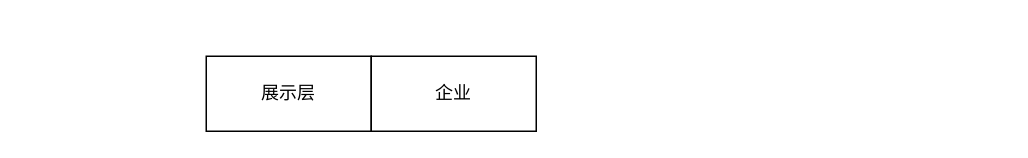
yanglei1992/documents keeps this draw.io diagram as yzs/智慧金融.drawio. Above is the earlier version. Source tidied: cells renumbered, new cells numbered last; positions are measured from the earlier drawing's top-left corner, leaving out a move shared by most shapes. Both pictures are drawn from the tidied source at 150%, with x=0, y=0 at pixel (206, 56).
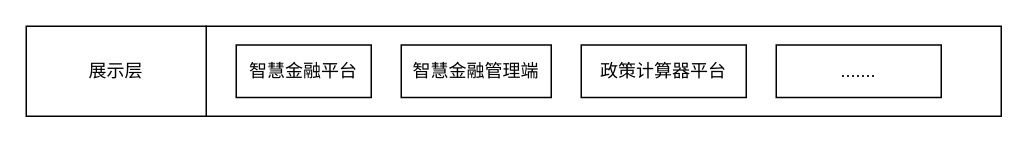
The same page after the edit.

Commit message (it also covers changes not shown here):
更新智慧金融.drawio

Change to the diagram source:
```diff
@@
 <mxGraphModel>
   <root>
     <mxCell id="0" />
     <mxCell id="1" parent="0" />
-    <mxCell id="2" value="展示层" style="rounded=0;whiteSpace=wrap;html=1;" parent="1" vertex="1">
-      <mxGeometry width="110" height="50" as="geometry" />
+    <mxCell id="2" style="rounded=0;whiteSpace=wrap;html=1;" parent="1" vertex="1">
+      <mxGeometry y="-20" width="530" height="60" as="geometry" />
     </mxCell>
-    <mxCell id="3" value="企业" style="rounded=0;whiteSpace=wrap;html=1;" parent="1" vertex="1">
-      <mxGeometry x="110" width="110" height="50" as="geometry" />
+    <mxCell id="3" value="智慧金融平台" style="rounded=0;whiteSpace=wrap;html=1;" parent="1" vertex="1">
+      <mxGeometry x="20" y="-7.5" width="90" height="35" as="geometry" />
     </mxCell>
+    <mxCell id="4" value="展示层" style="rounded=0;whiteSpace=wrap;html=1;" parent="1" vertex="1">
+      <mxGeometry x="-120" y="-20" width="120" height="60" as="geometry" />
+    </mxCell>
+    <mxCell id="5" value="政策计算器平台" style="rounded=0;whiteSpace=wrap;html=1;" parent="1" vertex="1">
+      <mxGeometry x="250" y="-7.5" width="110" height="35" as="geometry" />
+    </mxCell>
+    <mxCell id="6" value="智慧金融管理端" style="rounded=0;whiteSpace=wrap;html=1;" parent="1" vertex="1">
+      <mxGeometry x="130" y="-7.5" width="100" height="35" as="geometry" />
+    </mxCell>
+    <mxCell id="7" value="......." style="rounded=0;whiteSpace=wrap;html=1;" parent="1" vertex="1">
+      <mxGeometry x="380" y="-7.5" width="110" height="35" as="geometry" />
+    </mxCell>
   </root>
 </mxGraphModel>
```
